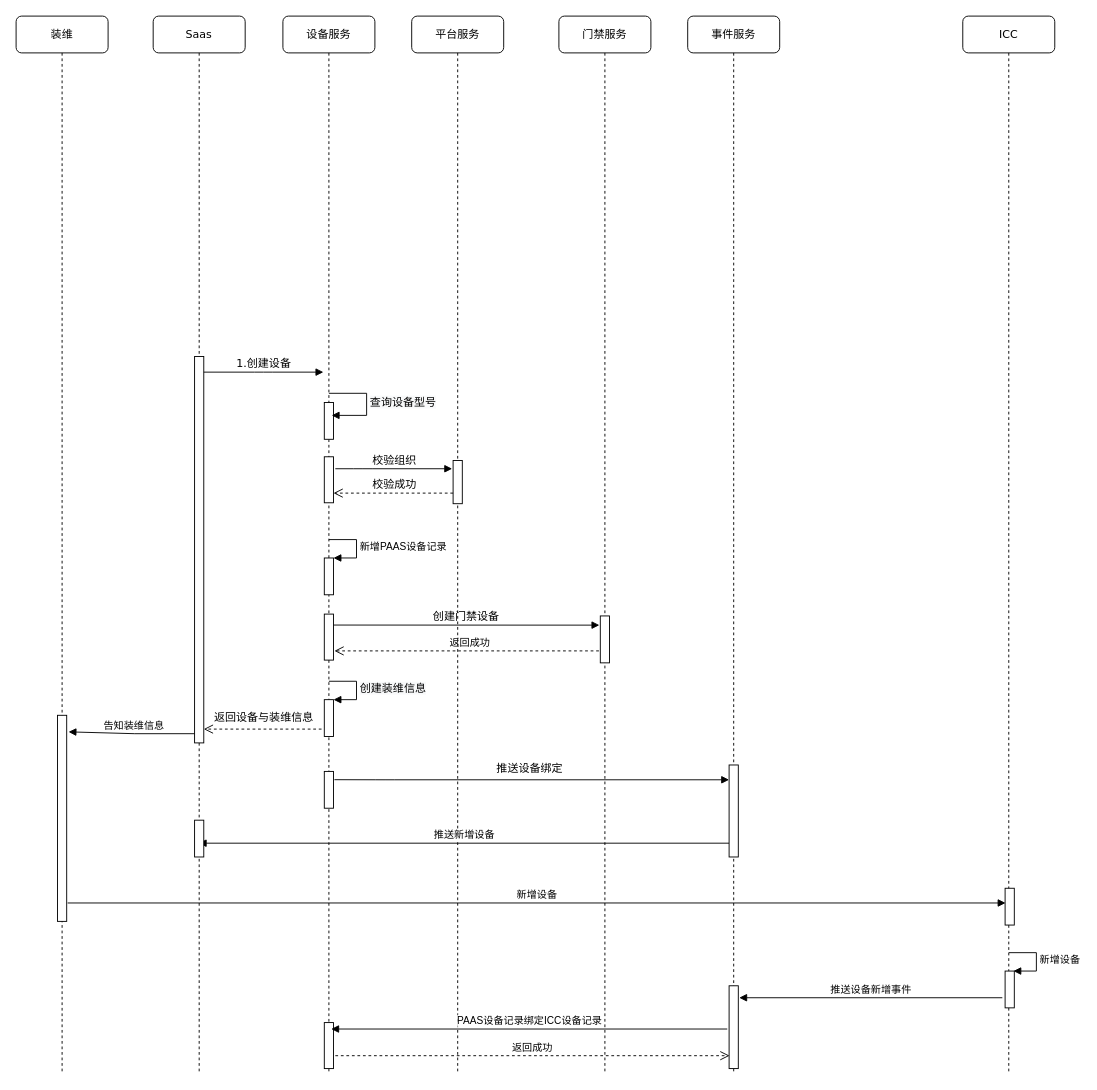
Before: ICC-设备绑定.drawio in HughRudolf/Drawio, a draw.io diagram. Source tidied: cells renumbered, new cells numbered last; positions are measured from the earlier drawing's top-left corner, leaving out a move shared by most shapes. Both pictures are drawn from the tidied source at 92%, with x=0, y=0 at pixel (16, 16).
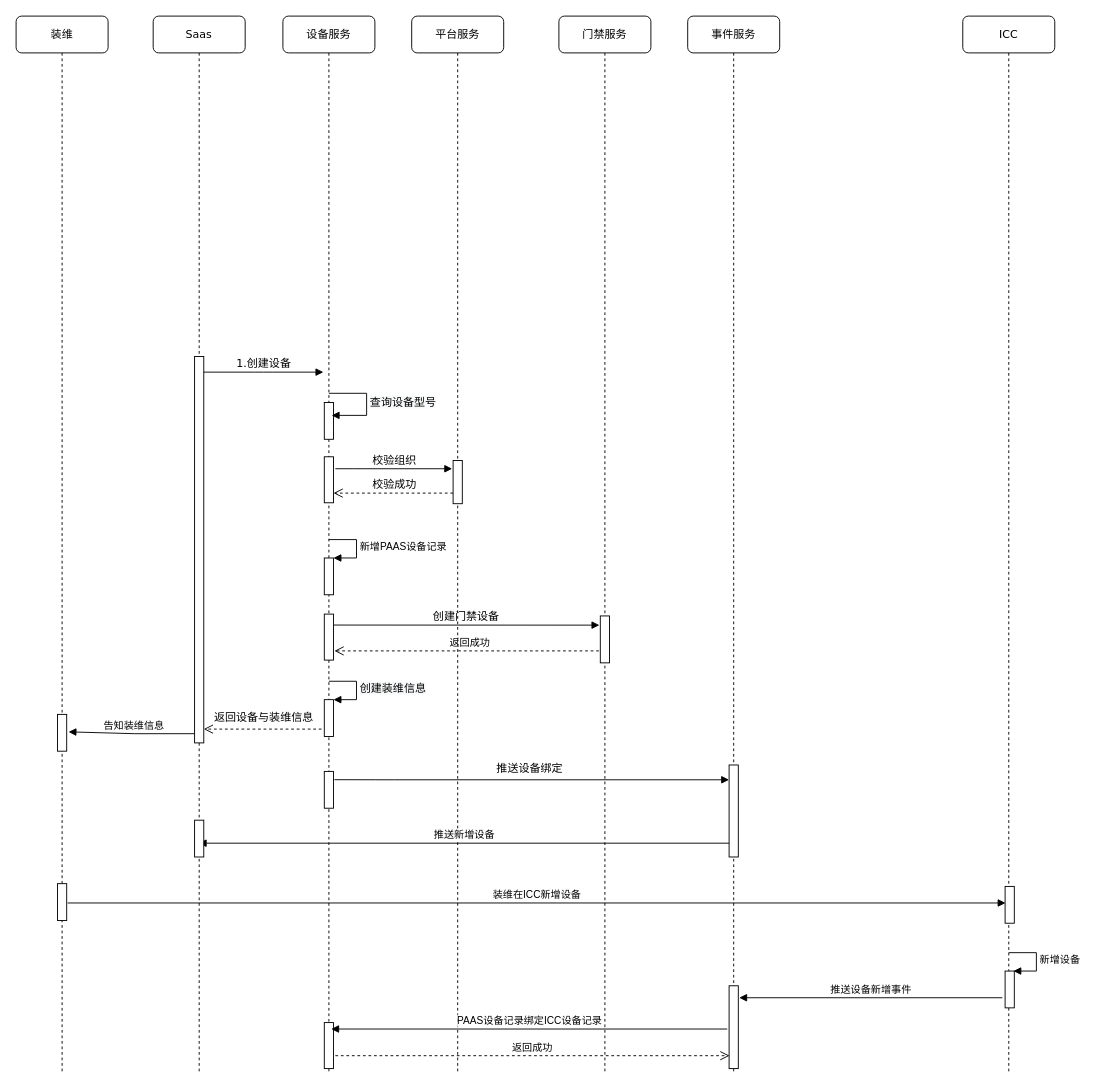
After the change.

Commit message (it also covers changes not shown here):
更新ICC-设备绑定.drawio

The change refers to these unchanged cells:
```xml
<mxCell id="35" value="装维" style="shape=umlLifeline;perimeter=lifelinePerimeter;whiteSpace=wrap;html=1;rounded=1;shadow=0;comic=0;labelBackgroundColor=none;strokeWidth=1;fontFamily=Verdana;fontSize=12;align=center;" parent="5" vertex="1">
  <mxGeometry width="100" height="1150" as="geometry" />
</mxCell>
<mxCell id="37" value="ICC" style="shape=umlLifeline;perimeter=lifelinePerimeter;whiteSpace=wrap;html=1;rounded=1;shadow=0;comic=0;labelBackgroundColor=none;strokeWidth=1;fontFamily=Verdana;fontSize=12;align=center;" parent="5" vertex="1">
  <mxGeometry x="1029" width="100" height="1150" as="geometry" />
</mxCell>
```

What changed in the source:
```diff
@@
     <mxCell id="36" style="html=1;perimeter=orthogonalPerimeter;rounded=0;shadow=0;comic=0;labelBackgroundColor=none;strokeWidth=1;fontFamily=Verdana;fontSize=12;align=center;" parent="35" vertex="1">
-      <mxGeometry x="45" y="760" width="10" height="224" as="geometry" />
+      <mxGeometry x="45" y="759" width="10" height="40" as="geometry" />
     </mxCell>
+    <mxCell id="46" style="html=1;perimeter=orthogonalPerimeter;rounded=0;shadow=0;comic=0;labelBackgroundColor=none;strokeWidth=1;fontFamily=Verdana;fontSize=12;align=center;" parent="35" vertex="1">
+      <mxGeometry x="45" y="943" width="10" height="40" as="geometry" />
+    </mxCell>
@@
     <mxCell id="41" style="html=1;perimeter=orthogonalPerimeter;" parent="37" vertex="1">
-      <mxGeometry x="46" y="948" width="10" height="40" as="geometry" />
+      <mxGeometry x="46" y="946" width="10" height="40" as="geometry" />
     </mxCell>
@@
-    <mxCell id="44" value="新增设备" style="html=1;verticalAlign=bottom;endArrow=block;rounded=0;" parent="5" edge="1">
+    <mxCell id="44" value="装维在ICC新增设备" style="html=1;verticalAlign=bottom;endArrow=block;rounded=0;" parent="5" edge="1">
       <mxGeometry relative="1" as="geometry">
         <mxPoint x="56" y="964" as="sourcePoint" />
         <mxPoint x="1075.5" y="964" as="targetPoint" />
       </mxGeometry>
     </mxCell>
```
